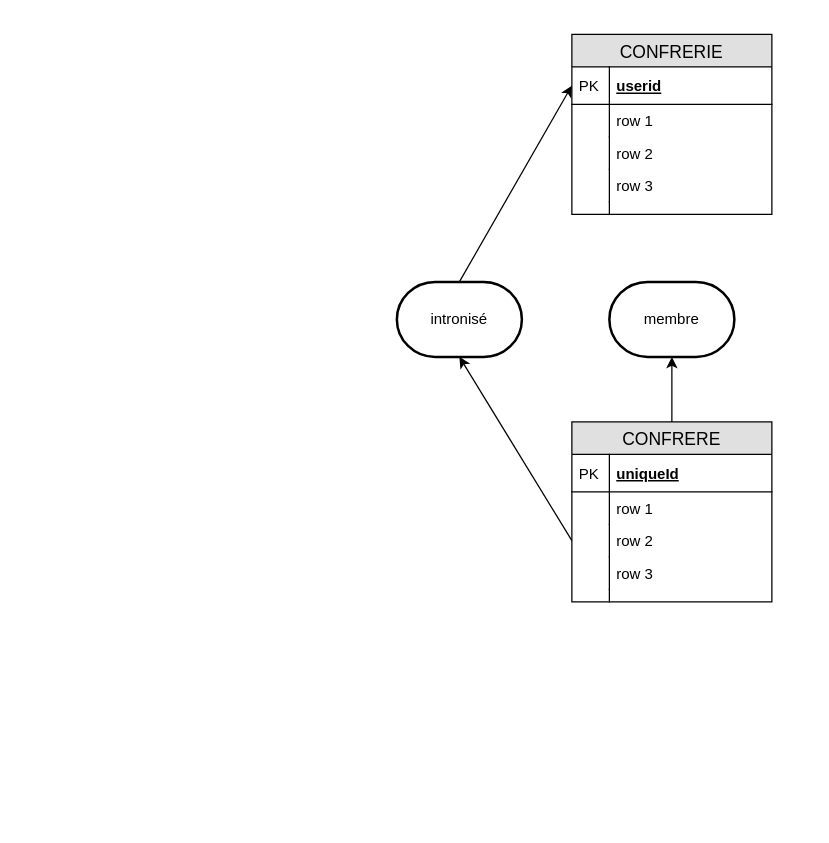
Earlier version of the draw.io diagram Untitled Diagram.drawio (harelimana/saintvincent). Source tidied: cells renumbered, new cells numbered last; positions are measured from the earlier drawing's top-left corner, leaving out a move shared by most shapes. Both pictures are drawn from the tidied source at 125%, with x=0, y=0 at pixel (396, 34).
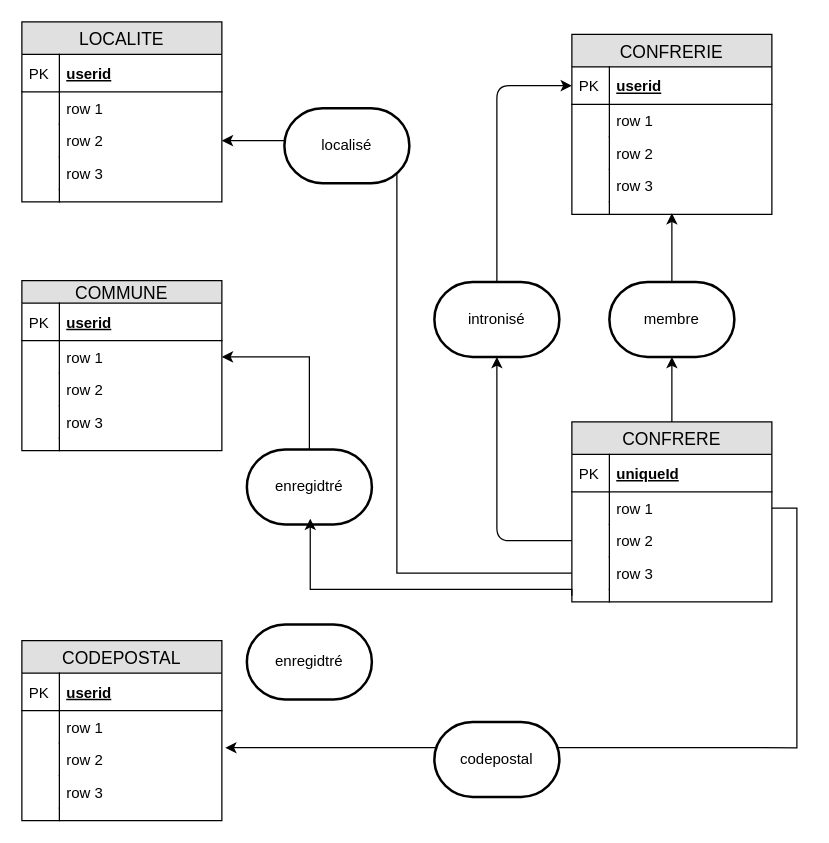
The same page after the edit.

The change refers to these unchanged cells:
```xml
<mxCell id="3" value="userid" style="shape=partialRectangle;top=0;left=0;right=0;bottom=1;align=left;verticalAlign=middle;fillColor=none;spacingLeft=34;spacingRight=4;overflow=hidden;points=[[0,0.5],[1,0.5]];portConstraint=eastwest;fontStyle=5;fontSize=12;" parent="2" vertex="1">
  <mxGeometry y="26" width="160" height="30" as="geometry" />
</mxCell>
<mxCell id="11" style="shape=partialRectangle;top=0;left=0;right=0;bottom=0;align=left;verticalAlign=top;fillColor=none;spacingLeft=34;spacingRight=4;overflow=hidden;points=[[0,0.5],[1,0.5]];portConstraint=eastwest;fontSize=12;" parent="2" vertex="1">
  <mxGeometry y="134" width="160" height="10" as="geometry" />
</mxCell>
<mxCell id="16" value="row 1" style="shape=partialRectangle;top=0;left=0;right=0;bottom=0;align=left;verticalAlign=top;fillColor=none;spacingLeft=34;spacingRight=4;overflow=hidden;points=[[0,0.5],[1,0.5]];portConstraint=eastwest;fontSize=12;" parent="13" vertex="1">
  <mxGeometry y="56" width="160" height="26" as="geometry" />
</mxCell>
<mxCell id="18" value="row 2" style="shape=partialRectangle;top=0;left=0;right=0;bottom=0;align=left;verticalAlign=top;fillColor=none;spacingLeft=34;spacingRight=4;overflow=hidden;points=[[0,0.5],[1,0.5]];portConstraint=eastwest;fontSize=12;" parent="13" vertex="1">
  <mxGeometry y="82" width="160" height="26" as="geometry" />
</mxCell>
<mxCell id="20" value="row 3" style="shape=partialRectangle;top=0;left=0;right=0;bottom=0;align=left;verticalAlign=top;fillColor=none;spacingLeft=34;spacingRight=4;overflow=hidden;points=[[0,0.5],[1,0.5]];portConstraint=eastwest;fontSize=12;" parent="13" vertex="1">
  <mxGeometry y="108" width="160" height="26" as="geometry" />
</mxCell>
<mxCell id="22" style="shape=partialRectangle;top=0;left=0;right=0;bottom=0;align=left;verticalAlign=top;fillColor=none;spacingLeft=34;spacingRight=4;overflow=hidden;points=[[0,0.5],[1,0.5]];portConstraint=eastwest;fontSize=12;" parent="13" vertex="1">
  <mxGeometry y="134" width="160" height="10" as="geometry" />
</mxCell>
<mxCell id="24" value="membre" style="strokeWidth=2;html=1;shape=mxgraph.flowchart.terminator;whiteSpace=wrap;" parent="1" vertex="1">
  <mxGeometry x="170" y="198" width="100" height="60" as="geometry" />
</mxCell>
```

What changed in the source:
```diff
@@
+    <mxCell id="29" style="edgeStyle=orthogonalEdgeStyle;rounded=0;jettySize=auto;html=1;entryX=0.5;entryY=0.9;entryDx=0;entryDy=0;entryPerimeter=0;" parent="1" edge="1" source="24" target="11">
+      <mxGeometry relative="1" as="geometry" />
+    </mxCell>
@@
     <mxCell id="26" value="intronisé" style="strokeWidth=2;html=1;shape=mxgraph.flowchart.terminator;whiteSpace=wrap;" parent="1" vertex="1">
-      <mxGeometry y="198" width="100" height="60" as="geometry" />
+      <mxGeometry x="30" y="198" width="100" height="60" as="geometry" />
     </mxCell>
-    <mxCell id="27" style="endArrow=classic;html=1;exitX=0;exitY=0.5;exitDx=0;exitDy=0;entryX=0.5;entryY=1;entryDx=0;entryDy=0;entryPerimeter=0;" parent="1" edge="1" source="18" target="26">
+    <mxCell id="27" style="endArrow=classic;html=1;exitX=0;exitY=0.5;exitDx=0;exitDy=0;entryX=0.5;entryY=1;entryDx=0;entryDy=0;entryPerimeter=0;edgeStyle=orthogonalEdgeStyle;" parent="1" edge="1" source="18" target="26">
       <mxGeometry relative="1" as="geometry" />
     </mxCell>
-    <mxCell id="28" style="endArrow=classic;html=1;exitX=0.5;exitY=0;exitDx=0;exitDy=0;exitPerimeter=0;entryX=0;entryY=0.5;entryDx=0;entryDy=0;" parent="1" edge="1" source="26" target="3">
+    <mxCell id="28" style="endArrow=classic;html=1;exitX=0.5;exitY=0;exitDx=0;exitDy=0;exitPerimeter=0;entryX=0;entryY=0.5;entryDx=0;entryDy=0;edgeStyle=orthogonalEdgeStyle;" parent="1" edge="1" source="26" target="3">
       <mxGeometry relative="1" as="geometry" />
     </mxCell>
+    <mxCell id="30" value="LOCALITE" style="swimlane;fontStyle=0;horizontal=1;startSize=26;fillColor=#e0e0e0;swimlaneFillColor=#ffffff;align=center;fontSize=14;" parent="1" vertex="1">
+      <mxGeometry x="-300" y="-10" width="160" height="144" as="geometry" />
+    </mxCell>
+    <mxCell id="31" value="userid" style="shape=partialRectangle;top=0;left=0;right=0;bottom=1;align=left;verticalAlign=middle;fillColor=none;spacingLeft=34;spacingRight=4;overflow=hidden;fontStyle=5;fontSize=12;" parent="30" vertex="1">
+      <mxGeometry y="26" width="160" height="30" as="geometry" />
+    </mxCell>
+    <mxCell id="32" value="PK" style="shape=partialRectangle;top=0;left=0;bottom=0;fillColor=none;align=left;verticalAlign=middle;spacingLeft=4;spacingRight=4;overflow=hidden;fontSize=12;" parent="31" vertex="1">
+      <mxGeometry width="30" height="30" as="geometry" />
+    </mxCell>
+    <mxCell id="33" value="row 1" style="shape=partialRectangle;top=0;left=0;right=0;bottom=0;align=left;verticalAlign=top;fillColor=none;spacingLeft=34;spacingRight=4;overflow=hidden;fontSize=12;" parent="30" vertex="1">
+      <mxGeometry y="56" width="160" height="26" as="geometry" />
+    </mxCell>
+    <mxCell id="34" style="shape=partialRectangle;top=0;left=0;bottom=0;fillColor=none;align=left;verticalAlign=top;spacingLeft=4;spacingRight=4;overflow=hidden;fontSize=12;" parent="33" vertex="1">
+      <mxGeometry width="30" height="26" as="geometry" />
+    </mxCell>
+    <mxCell id="35" value="row 2" style="shape=partialRectangle;top=0;left=0;right=0;bottom=0;align=left;verticalAlign=top;fillColor=none;spacingLeft=34;spacingRight=4;overflow=hidden;points=[[0,0.5],[1,0.5]];portConstraint=eastwest;fontSize=12;" parent="30" vertex="1">
+      <mxGeometry y="82" width="160" height="26" as="geometry" />
+    </mxCell>
+    <mxCell id="36" style="shape=partialRectangle;top=0;left=0;bottom=0;fillColor=none;align=left;verticalAlign=top;spacingLeft=4;spacingRight=4;overflow=hidden;fontSize=12;" parent="35" vertex="1">
+      <mxGeometry width="30" height="26" as="geometry" />
+    </mxCell>
+    <mxCell id="37" value="row 3" style="shape=partialRectangle;top=0;left=0;right=0;bottom=0;align=left;verticalAlign=top;fillColor=none;spacingLeft=34;spacingRight=4;overflow=hidden;fontSize=12;" parent="30" vertex="1">
+      <mxGeometry y="108" width="160" height="26" as="geometry" />
+    </mxCell>
+    <mxCell id="38" style="shape=partialRectangle;top=0;left=0;bottom=0;fillColor=none;align=left;verticalAlign=top;spacingLeft=4;spacingRight=4;overflow=hidden;fontSize=12;" parent="37" vertex="1">
+      <mxGeometry width="30" height="26" as="geometry" />
+    </mxCell>
+    <mxCell id="39" style="shape=partialRectangle;top=0;left=0;right=0;bottom=0;align=left;verticalAlign=top;fillColor=none;spacingLeft=34;spacingRight=4;overflow=hidden;fontSize=12;" parent="30" vertex="1">
+      <mxGeometry y="134" width="160" height="10" as="geometry" />
+    </mxCell>
+    <mxCell id="40" style="shape=partialRectangle;top=0;left=0;bottom=0;fillColor=none;align=left;verticalAlign=top;spacingLeft=4;spacingRight=4;overflow=hidden;fontSize=12;" parent="39" vertex="1">
+      <mxGeometry width="30" height="10" as="geometry" />
+    </mxCell>
+    <mxCell id="41" value="COMMUNE" style="swimlane;fontStyle=0;horizontal=1;startSize=18;fillColor=#e0e0e0;swimlaneFillColor=#ffffff;align=center;fontSize=14;" parent="1" vertex="1">
+      <mxGeometry x="-300" y="197" width="160" height="136" as="geometry" />
+    </mxCell>
+    <mxCell id="42" value="userid" style="shape=partialRectangle;top=0;left=0;right=0;bottom=1;align=left;verticalAlign=middle;fillColor=none;spacingLeft=34;spacingRight=4;overflow=hidden;fontStyle=5;fontSize=12;" parent="41" vertex="1">
+      <mxGeometry y="18" width="160" height="30" as="geometry" />
+    </mxCell>
+    <mxCell id="43" value="PK" style="shape=partialRectangle;top=0;left=0;bottom=0;fillColor=none;align=left;verticalAlign=middle;spacingLeft=4;spacingRight=4;overflow=hidden;fontSize=12;" parent="42" vertex="1">
+      <mxGeometry width="30" height="30" as="geometry" />
+    </mxCell>
+    <mxCell id="44" value="row 1" style="shape=partialRectangle;top=0;left=0;right=0;bottom=0;align=left;verticalAlign=top;fillColor=none;spacingLeft=34;spacingRight=4;overflow=hidden;points=[[0,0.5],[1,0.5]];portConstraint=eastwest;fontSize=12;" parent="41" vertex="1">
+      <mxGeometry y="48" width="160" height="26" as="geometry" />
+    </mxCell>
+    <mxCell id="45" style="shape=partialRectangle;top=0;left=0;bottom=0;fillColor=none;align=left;verticalAlign=top;spacingLeft=4;spacingRight=4;overflow=hidden;fontSize=12;" parent="44" vertex="1">
+      <mxGeometry width="30" height="26" as="geometry" />
+    </mxCell>
+    <mxCell id="46" value="row 2" style="shape=partialRectangle;top=0;left=0;right=0;bottom=0;align=left;verticalAlign=top;fillColor=none;spacingLeft=34;spacingRight=4;overflow=hidden;fontSize=12;" parent="41" vertex="1">
+      <mxGeometry y="74" width="160" height="26" as="geometry" />
+    </mxCell>
+    <mxCell id="47" style="shape=partialRectangle;top=0;left=0;bottom=0;fillColor=none;align=left;verticalAlign=top;spacingLeft=4;spacingRight=4;overflow=hidden;fontSize=12;" parent="46" vertex="1">
+      <mxGeometry width="30" height="26" as="geometry" />
+    </mxCell>
+    <mxCell id="48" value="row 3" style="shape=partialRectangle;top=0;left=0;right=0;bottom=0;align=left;verticalAlign=top;fillColor=none;spacingLeft=34;spacingRight=4;overflow=hidden;fontSize=12;" parent="41" vertex="1">
+      <mxGeometry y="100" width="160" height="26" as="geometry" />
+    </mxCell>
+    <mxCell id="49" style="shape=partialRectangle;top=0;left=0;bottom=0;fillColor=none;align=left;verticalAlign=top;spacingLeft=4;spacingRight=4;overflow=hidden;fontSize=12;" parent="48" vertex="1">
+      <mxGeometry width="30" height="26" as="geometry" />
+    </mxCell>
+    <mxCell id="50" style="shape=partialRectangle;top=0;left=0;right=0;bottom=0;align=left;verticalAlign=top;fillColor=none;spacingLeft=34;spacingRight=4;overflow=hidden;fontSize=12;" parent="41" vertex="1">
+      <mxGeometry y="126" width="160" height="10" as="geometry" />
+    </mxCell>
+    <mxCell id="51" style="shape=partialRectangle;top=0;left=0;bottom=0;fillColor=none;align=left;verticalAlign=top;spacingLeft=4;spacingRight=4;overflow=hidden;fontSize=12;" parent="50" vertex="1">
+      <mxGeometry width="30" height="10" as="geometry" />
+    </mxCell>
+    <mxCell id="52" value="CODEPOSTAL" style="swimlane;fontStyle=0;horizontal=1;startSize=26;fillColor=#e0e0e0;swimlaneFillColor=#ffffff;align=center;fontSize=14;" parent="1" vertex="1">
+      <mxGeometry x="-300" y="485" width="160" height="144" as="geometry" />
+    </mxCell>
+    <mxCell id="53" value="userid" style="shape=partialRectangle;top=0;left=0;right=0;bottom=1;align=left;verticalAlign=middle;fillColor=none;spacingLeft=34;spacingRight=4;overflow=hidden;fontStyle=5;fontSize=12;" parent="52" vertex="1">
+      <mxGeometry y="26" width="160" height="30" as="geometry" />
+    </mxCell>
+    <mxCell id="54" value="PK" style="shape=partialRectangle;top=0;left=0;bottom=0;fillColor=none;align=left;verticalAlign=middle;spacingLeft=4;spacingRight=4;overflow=hidden;fontSize=12;" parent="53" vertex="1">
+      <mxGeometry width="30" height="30" as="geometry" />
+    </mxCell>
+    <mxCell id="55" value="row 1" style="shape=partialRectangle;top=0;left=0;right=0;bottom=0;align=left;verticalAlign=top;fillColor=none;spacingLeft=34;spacingRight=4;overflow=hidden;fontSize=12;" parent="52" vertex="1">
+      <mxGeometry y="56" width="160" height="26" as="geometry" />
+    </mxCell>
+    <mxCell id="56" style="shape=partialRectangle;top=0;left=0;bottom=0;fillColor=none;align=left;verticalAlign=top;spacingLeft=4;spacingRight=4;overflow=hidden;fontSize=12;" parent="55" vertex="1">
+      <mxGeometry width="30" height="26" as="geometry" />
+    </mxCell>
+    <mxCell id="57" value="row 2" style="shape=partialRectangle;top=0;left=0;right=0;bottom=0;align=left;verticalAlign=top;fillColor=none;spacingLeft=34;spacingRight=4;overflow=hidden;points=[[0,0.5],[1,0.5]];portConstraint=eastwest;fontSize=12;" parent="52" vertex="1">
+      <mxGeometry y="82" width="160" height="26" as="geometry" />
+    </mxCell>
+    <mxCell id="58" style="shape=partialRectangle;top=0;left=0;bottom=0;fillColor=none;align=left;verticalAlign=top;spacingLeft=4;spacingRight=4;overflow=hidden;fontSize=12;" parent="57" vertex="1">
+      <mxGeometry width="30" height="26" as="geometry" />
+    </mxCell>
+    <mxCell id="59" value="row 3" style="shape=partialRectangle;top=0;left=0;right=0;bottom=0;align=left;verticalAlign=top;fillColor=none;spacingLeft=34;spacingRight=4;overflow=hidden;fontSize=12;" parent="52" vertex="1">
+      <mxGeometry y="108" width="160" height="26" as="geometry" />
+    </mxCell>
+    <mxCell id="60" style="shape=partialRectangle;top=0;left=0;bottom=0;fillColor=none;align=left;verticalAlign=top;spacingLeft=4;spacingRight=4;overflow=hidden;fontSize=12;" parent="59" vertex="1">
+      <mxGeometry width="30" height="26" as="geometry" />
+    </mxCell>
+    <mxCell id="61" style="shape=partialRectangle;top=0;left=0;right=0;bottom=0;align=left;verticalAlign=top;fillColor=none;spacingLeft=34;spacingRight=4;overflow=hidden;fontSize=12;" parent="52" vertex="1">
+      <mxGeometry y="134" width="160" height="10" as="geometry" />
+    </mxCell>
+    <mxCell id="62" style="shape=partialRectangle;top=0;left=0;bottom=0;fillColor=none;align=left;verticalAlign=top;spacingLeft=4;spacingRight=4;overflow=hidden;fontSize=12;" parent="61" vertex="1">
+      <mxGeometry width="30" height="10" as="geometry" />
+    </mxCell>
+    <mxCell id="63" style="edgeStyle=orthogonalEdgeStyle;rounded=0;jettySize=auto;html=1;exitX=0;exitY=0.5;exitDx=0;exitDy=0;" parent="1" edge="1" source="20" target="35">
+      <mxGeometry relative="1" as="geometry" />
+    </mxCell>
+    <mxCell id="64" style="edgeStyle=orthogonalEdgeStyle;rounded=0;jettySize=auto;html=1;exitX=1;exitY=0.5;exitDx=0;exitDy=0;entryX=1.017;entryY=0.141;entryDx=0;entryDy=0;entryPerimeter=0;" parent="1" edge="1" source="16" target="57">
+      <mxGeometry relative="1" as="geometry" />
+    </mxCell>
+    <mxCell id="65" value="codepostal" style="strokeWidth=2;html=1;shape=mxgraph.flowchart.terminator;whiteSpace=wrap;" parent="1" vertex="1">
+      <mxGeometry x="30" y="550" width="100" height="60" as="geometry" />
+    </mxCell>
+    <mxCell id="66" style="edgeStyle=orthogonalEdgeStyle;rounded=0;jettySize=auto;html=1;" parent="1" edge="1" source="67" target="44">
+      <mxGeometry relative="1" as="geometry" />
+    </mxCell>
+    <mxCell id="67" value="enregidtré" style="strokeWidth=2;html=1;shape=mxgraph.flowchart.terminator;whiteSpace=wrap;" parent="1" vertex="1">
+      <mxGeometry x="-120" y="332" width="100" height="60" as="geometry" />
+    </mxCell>
+    <mxCell id="68" value="enregidtré" style="strokeWidth=2;html=1;shape=mxgraph.flowchart.terminator;whiteSpace=wrap;" parent="1" vertex="1">
+      <mxGeometry x="-120" y="472" width="100" height="60" as="geometry" />
+    </mxCell>
+    <mxCell id="69" value="localisé" style="strokeWidth=2;html=1;shape=mxgraph.flowchart.terminator;whiteSpace=wrap;" parent="1" vertex="1">
+      <mxGeometry x="-90" y="59" width="100" height="60" as="geometry" />
+    </mxCell>
+    <mxCell id="70" style="edgeStyle=orthogonalEdgeStyle;rounded=0;jettySize=auto;html=1;entryX=0.5;entryY=1;entryDx=0;entryDy=0;entryPerimeter=0;exitX=0;exitY=0.5;exitDx=0;exitDy=0;" parent="1" edge="1" source="22">
+      <mxGeometry relative="1" as="geometry">
+        <mxPoint x="-69.3" y="387.5" as="targetPoint" />
+        <Array as="points">
+          <mxPoint x="140" y="444" />
+          <mxPoint x="-69" y="444" />
+        </Array>
+      </mxGeometry>
+    </mxCell>
```
